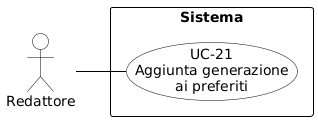
aLittleByte-19/Documentazione keeps this PlantUML diagram as RTB/Analisi dei Requisiti/diagrammi_use_case/UC-21.png. Above is the earlier version.
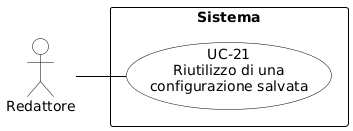
The same diagram one commit later.

Diff of the diagram source:
```diff
@@ -19,11 +19,11 @@
     FontStyle bold
 }
 
-actor "Redattore" as R
+actor "Redattore" as redattore
 
 rectangle "Sistema" {
-    usecase "UC-21\nAggiunta generazione\nai preferiti" as UC21
+    usecase "UC-21\nRiutilizzo di una\nconfigurazione salvata" as UC21
 }
 
-R -- UC21
+redattore -- UC21
 @enduml
```
